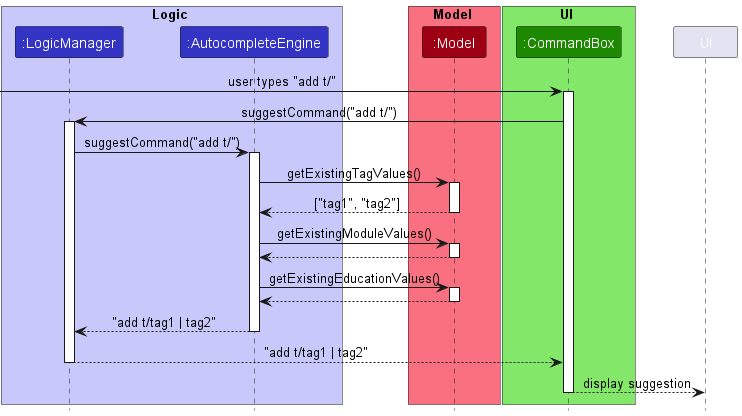
This is docs/images/SuggestionSequenceDiagram.png from nus-cs2103-AY2223S2/tp, a PlantUML export, as it was before one commit.
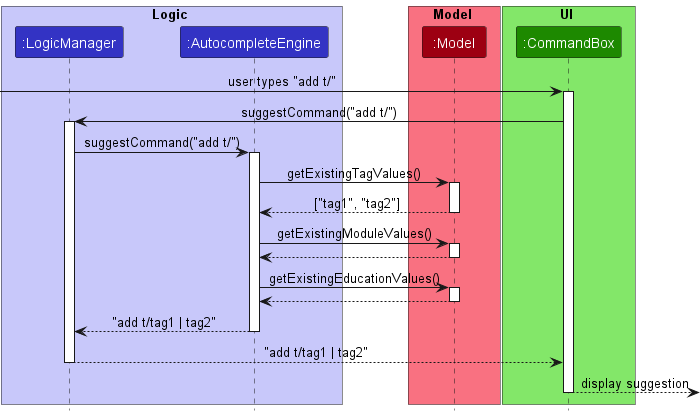
Later version of the same file.

Commit message:
Remove Ui object in autocomplete sequence diagrams

Change to the diagram source:
```diff
@@ -47,6 +47,6 @@
 LogicManager --> CommandBox : "add t/tag1 | tag2"
 deactivate LogicManager
 
-CommandBox --> UI : display suggestion
+CommandBox --> : display suggestion
 deactivate CommandBox
 @enduml
```
